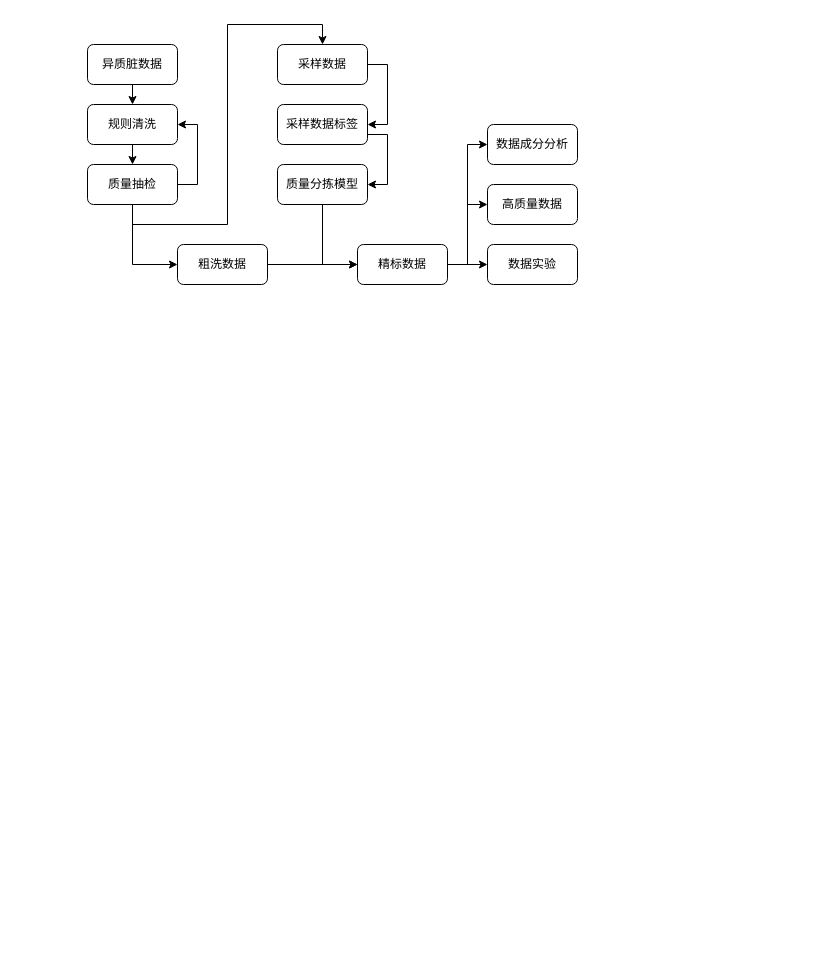
xvnlp77/draw_graph keeps this draw.io diagram as 备案图.drawio. Above is the earlier version. Source tidied: cells renumbered, new cells numbered last; positions are measured from the earlier drawing's top-left corner, leaving out a move shared by most shapes. Both pictures are drawn from the tidied source at 100%, with x=0, y=0 at pixel (87, 44).
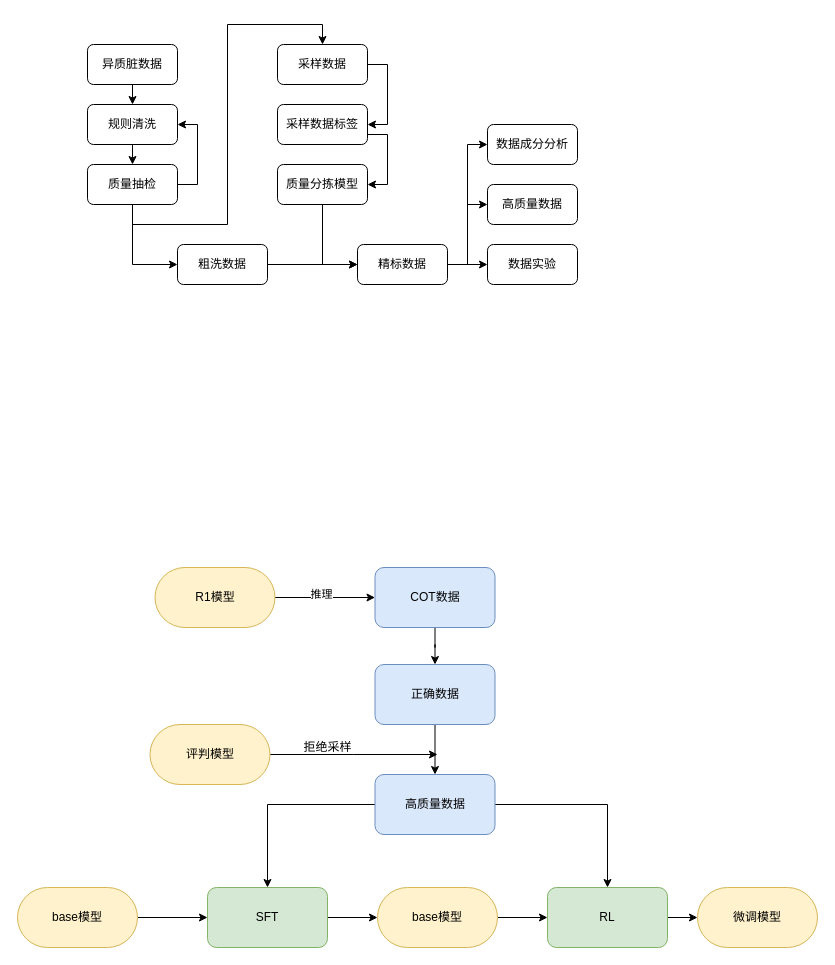
The same diagram, later.

Commit message:
更新备案图.drawio

Change to the diagram source:
```diff
@@
+    <mxCell id="25" style="edgeStyle=orthogonalEdgeStyle;rounded=0;jettySize=auto;html=1;exitX=1;exitY=0.5;exitDx=0;exitDy=0;entryX=0;entryY=0.5;entryDx=0;entryDy=0;" parent="1" edge="1" source="27" target="29">
+      <mxGeometry relative="1" as="geometry" />
+    </mxCell>
+    <mxCell id="26" value="推理" style="edgeLabel;html=1;align=center;verticalAlign=middle;" parent="25" vertex="1">
+      <mxGeometry x="-0.09" y="4" relative="1" as="geometry" />
+    </mxCell>
+    <mxCell id="27" value="R1模型" style="rounded=1;whiteSpace=wrap;html=1;arcSize=50;fillColor=#fff2cc;strokeColor=#d6b656;" parent="1" vertex="1">
+      <mxGeometry x="67.5" y="523" width="120" height="60" as="geometry" />
+    </mxCell>
+    <mxCell id="28" style="edgeStyle=orthogonalEdgeStyle;rounded=0;jettySize=auto;html=1;" parent="1" edge="1" source="29" target="31">
+      <mxGeometry relative="1" as="geometry" />
+    </mxCell>
+    <mxCell id="29" value="COT数据" style="rounded=1;whiteSpace=wrap;html=1;fillColor=#dae8fc;strokeColor=#6c8ebf;" parent="1" vertex="1">
+      <mxGeometry x="287.5" y="523" width="120" height="60" as="geometry" />
+    </mxCell>
+    <mxCell id="30" style="edgeStyle=orthogonalEdgeStyle;rounded=0;jettySize=auto;html=1;" parent="1" edge="1" source="31" target="34">
+      <mxGeometry relative="1" as="geometry" />
+    </mxCell>
+    <mxCell id="31" value="正确数据" style="whiteSpace=wrap;html=1;rounded=1;fillColor=#dae8fc;strokeColor=#6c8ebf;" parent="1" vertex="1">
+      <mxGeometry x="287.5" y="620" width="120" height="60" as="geometry" />
+    </mxCell>
+    <mxCell id="32" style="edgeStyle=orthogonalEdgeStyle;rounded=0;jettySize=auto;html=1;exitX=0;exitY=0.5;exitDx=0;exitDy=0;entryX=0.5;entryY=0;entryDx=0;entryDy=0;" parent="1" edge="1" source="34" target="40">
+      <mxGeometry relative="1" as="geometry" />
+    </mxCell>
+    <mxCell id="33" style="edgeStyle=orthogonalEdgeStyle;rounded=0;jettySize=auto;html=1;exitX=1;exitY=0.5;exitDx=0;exitDy=0;entryX=0.5;entryY=0;entryDx=0;entryDy=0;" parent="1" edge="1" source="34" target="42">
+      <mxGeometry relative="1" as="geometry" />
+    </mxCell>
+    <mxCell id="34" value="高质量数据" style="whiteSpace=wrap;html=1;rounded=1;fillColor=#dae8fc;strokeColor=#6c8ebf;" parent="1" vertex="1">
+      <mxGeometry x="287.5" y="730" width="120" height="60" as="geometry" />
+    </mxCell>
+    <mxCell id="35" style="edgeStyle=orthogonalEdgeStyle;rounded=0;jettySize=auto;html=1;exitX=1;exitY=0.5;exitDx=0;exitDy=0;" parent="1" edge="1" source="36">
+      <mxGeometry relative="1" as="geometry">
+        <mxPoint x="350" y="710" as="targetPoint" />
+      </mxGeometry>
+    </mxCell>
+    <mxCell id="36" value="评判模型" style="rounded=1;whiteSpace=wrap;html=1;arcSize=50;fillColor=#fff2cc;strokeColor=#d6b656;" parent="1" vertex="1">
+      <mxGeometry x="62.5" y="680" width="120" height="60" as="geometry" />
+    </mxCell>
+    <mxCell id="37" style="edgeStyle=orthogonalEdgeStyle;rounded=0;jettySize=auto;html=1;entryX=0;entryY=0.5;entryDx=0;entryDy=0;" parent="1" edge="1" source="38" target="40">
+      <mxGeometry relative="1" as="geometry" />
+    </mxCell>
+    <mxCell id="38" value="base模型" style="rounded=1;whiteSpace=wrap;html=1;arcSize=50;fillColor=#fff2cc;strokeColor=#d6b656;" parent="1" vertex="1">
+      <mxGeometry x="-70" y="843" width="120" height="60" as="geometry" />
+    </mxCell>
+    <mxCell id="39" style="edgeStyle=orthogonalEdgeStyle;rounded=0;jettySize=auto;html=1;exitX=1;exitY=0.5;exitDx=0;exitDy=0;entryX=0;entryY=0.5;entryDx=0;entryDy=0;" parent="1" edge="1" source="40" target="44">
+      <mxGeometry relative="1" as="geometry" />
+    </mxCell>
+    <mxCell id="40" value="SFT" style="whiteSpace=wrap;html=1;rounded=1;fillColor=#d5e8d4;strokeColor=#82b366;" parent="1" vertex="1">
+      <mxGeometry x="120" y="843" width="120" height="60" as="geometry" />
+    </mxCell>
+    <mxCell id="41" style="edgeStyle=orthogonalEdgeStyle;rounded=0;jettySize=auto;html=1;exitX=1;exitY=0.5;exitDx=0;exitDy=0;entryX=0;entryY=0.5;entryDx=0;entryDy=0;" parent="1" edge="1" source="42" target="45">
+      <mxGeometry relative="1" as="geometry" />
+    </mxCell>
+    <mxCell id="42" value="RL" style="whiteSpace=wrap;html=1;rounded=1;fillColor=#d5e8d4;strokeColor=#82b366;" parent="1" vertex="1">
+      <mxGeometry x="460" y="843" width="120" height="60" as="geometry" />
+    </mxCell>
+    <mxCell id="43" style="edgeStyle=orthogonalEdgeStyle;rounded=0;jettySize=auto;html=1;exitX=1;exitY=0.5;exitDx=0;exitDy=0;entryX=0;entryY=0.5;entryDx=0;entryDy=0;" parent="1" edge="1" source="44" target="42">
+      <mxGeometry relative="1" as="geometry" />
+    </mxCell>
+    <mxCell id="44" value="base模型" style="rounded=1;whiteSpace=wrap;html=1;arcSize=50;fillColor=#fff2cc;strokeColor=#d6b656;" parent="1" vertex="1">
+      <mxGeometry x="290" y="843" width="120" height="60" as="geometry" />
+    </mxCell>
+    <mxCell id="45" value="微调模型" style="rounded=1;whiteSpace=wrap;html=1;arcSize=50;fillColor=#fff2cc;strokeColor=#d6b656;" parent="1" vertex="1">
+      <mxGeometry x="610" y="843" width="120" height="60" as="geometry" />
+    </mxCell>
+    <mxCell id="46" value="拒绝采样" style="text;html=1;align=center;verticalAlign=middle;strokeColor=none;fillColor=none;" parent="1" vertex="1">
+      <mxGeometry x="205" y="688" width="70" height="30" as="geometry" />
+    </mxCell>
```
